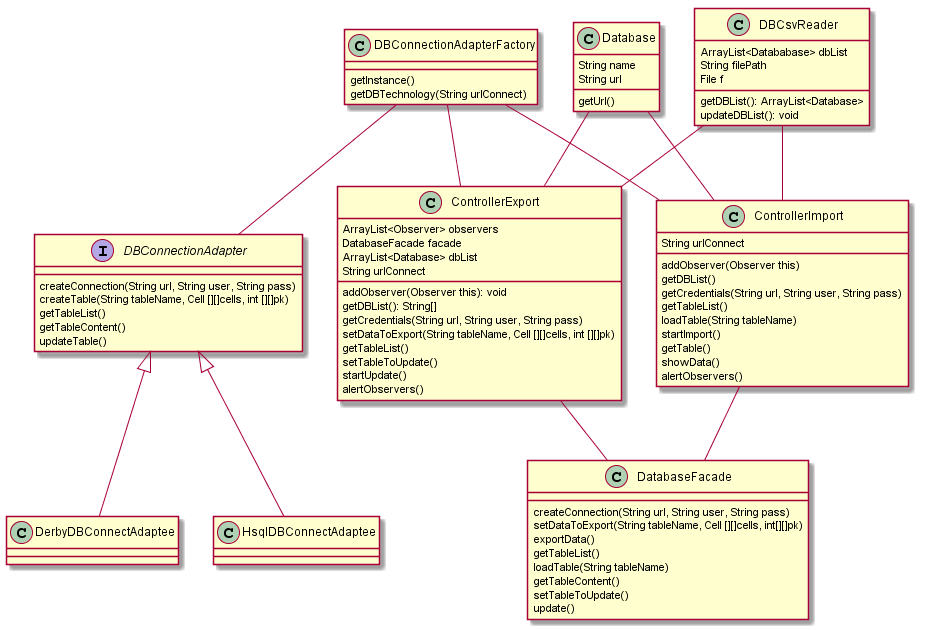
Above: src/csheets/ext/database/docs/class_diagram_persistance.png in askpt/LAPR4 (PlantUML), before the change.
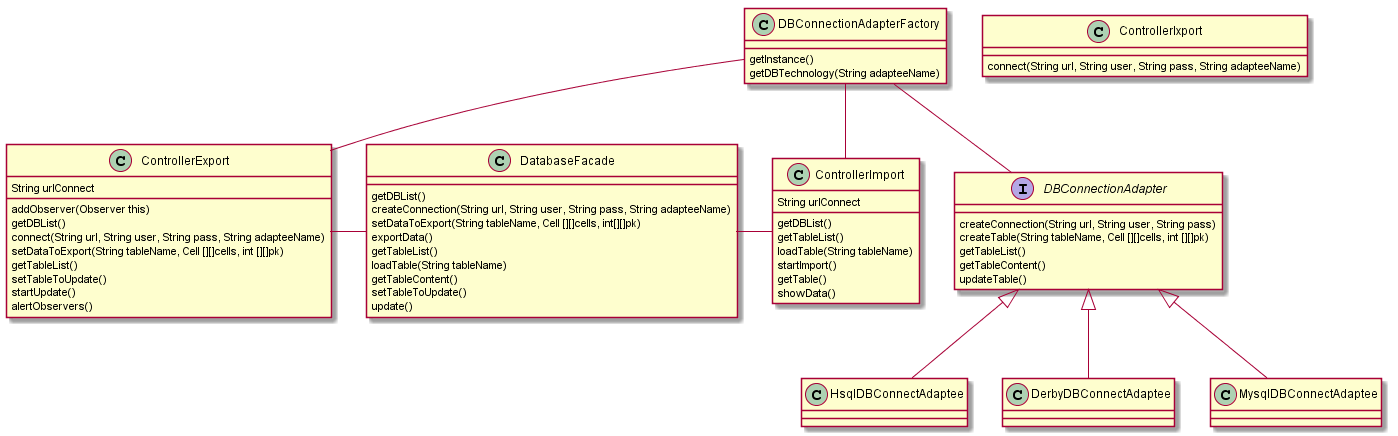
After the change.

Commit message:
1111168: updated class diagram according to sd changes ref #5

Change to the diagram source:
```diff
@@ -2,38 +2,31 @@
 interface DBConnectionAdapter
 DBConnectionAdapter <|-- HsqlDBConnectAdaptee
 DBConnectionAdapter <|-- DerbyDBConnectAdaptee
+DBConnectionAdapter <|-- MysqlDBConnectAdaptee
 DBConnectionAdapterFactory -- ControllerExport
 DBConnectionAdapterFactory -- ControllerImport
-ControllerExport -- DatabaseFacade
-ControllerImport -- DatabaseFacade
+ControllerExport - DatabaseFacade
+ControllerImport - DatabaseFacade
 DBConnectionAdapterFactory -- DBConnectionAdapter
-DBCsvReader -- ControllerExport
-Database -- ControllerExport
-DBCsvReader -- ControllerImport
-Database -- ControllerImport
-ControllerExport: ArrayList<Observer> observers
-ControllerExport: DatabaseFacade facade
-ControllerExport: ArrayList<Database> dbList
-ControllerExport: addObserver(Observer this): void
+ControllerExport: addObserver(Observer this)
 ControllerExport: String urlConnect
-ControllerExport: getDBList(): String[]
-ControllerExport: getCredentials(String url, String user, String pass)
+ControllerExport: getDBList()
+ControllerExport: connect(String url, String user, String pass, String adapteeName)
 ControllerExport: setDataToExport(String tableName, Cell [][]cells, int [][]pk)
 ControllerExport: getTableList()
 ControllerExport: setTableToUpdate()
 ControllerExport: startUpdate()
 ControllerExport: alertObservers()
-ControllerImport: addObserver(Observer this)
 ControllerImport: String urlConnect
 ControllerImport: getDBList()
-ControllerImport: getCredentials(String url, String user, String pass)
+ControllerIxport: connect(String url, String user, String pass, String adapteeName)
 ControllerImport: getTableList()
 ControllerImport: loadTable(String tableName)
 ControllerImport: startImport()
 ControllerImport: getTable()
 ControllerImport: showData()
-ControllerImport: alertObservers()
-DatabaseFacade: createConnection(String url, String user, String pass)
+DatabaseFacade: getDBList()
+DatabaseFacade: createConnection(String url, String user, String pass, String adapteeName)
 DatabaseFacade: setDataToExport(String tableName, Cell [][]cells, int[][]pk)
 DatabaseFacade: exportData()
 DatabaseFacade: getTableList()
@@ -42,18 +35,10 @@
 DatabaseFacade: setTableToUpdate()
 DatabaseFacade: update()
 DBConnectionAdapterFactory: getInstance()
-DBConnectionAdapterFactory: getDBTechnology(String urlConnect)
+DBConnectionAdapterFactory: getDBTechnology(String adapteeName)
 DBConnectionAdapter: createConnection(String url, String user, String pass)
 DBConnectionAdapter: createTable(String tableName, Cell [][]cells, int [][]pk)
 DBConnectionAdapter: getTableList()
 DBConnectionAdapter: getTableContent()
 DBConnectionAdapter: updateTable()
-DBCsvReader: ArrayList<Datababase> dbList
-DBCsvReader: String filePath
-DBCsvReader: File f
-DBCsvReader: getDBList(): ArrayList<Database>
-DBCsvReader: updateDBList(): void
-Database: String name
-Database: String url
-Database: getUrl()
 @enduml
```
